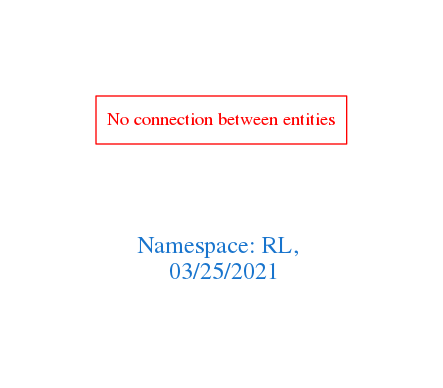
arago/OGIT keeps this Graphviz diagram as downloads/RL.png. Above is the earlier version. Its source is kept beside it as downloads/RL.dot.
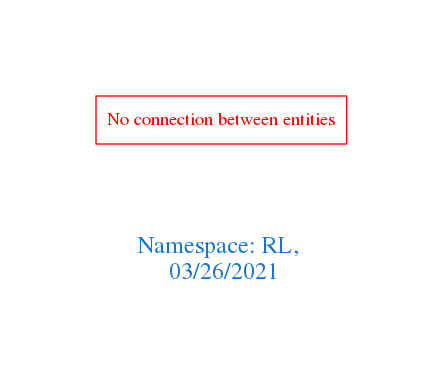
After the commit.

The edit, as a diff of the source:
```diff
@@ -1,7 +1,7 @@
 digraph OGIT_ontology {
  graph [ rankdir= LR,pad=1
 fontsize = 18,
-fontcolor= dodgerblue3,label = "\n\n\nNamespace: RL, \n 03/25/2021"];
+fontcolor= dodgerblue3,label = "\n\n\nNamespace: RL, \n 03/26/2021"];
 node[shape=polygon];
 edge [  color="gray81"];
 
```
